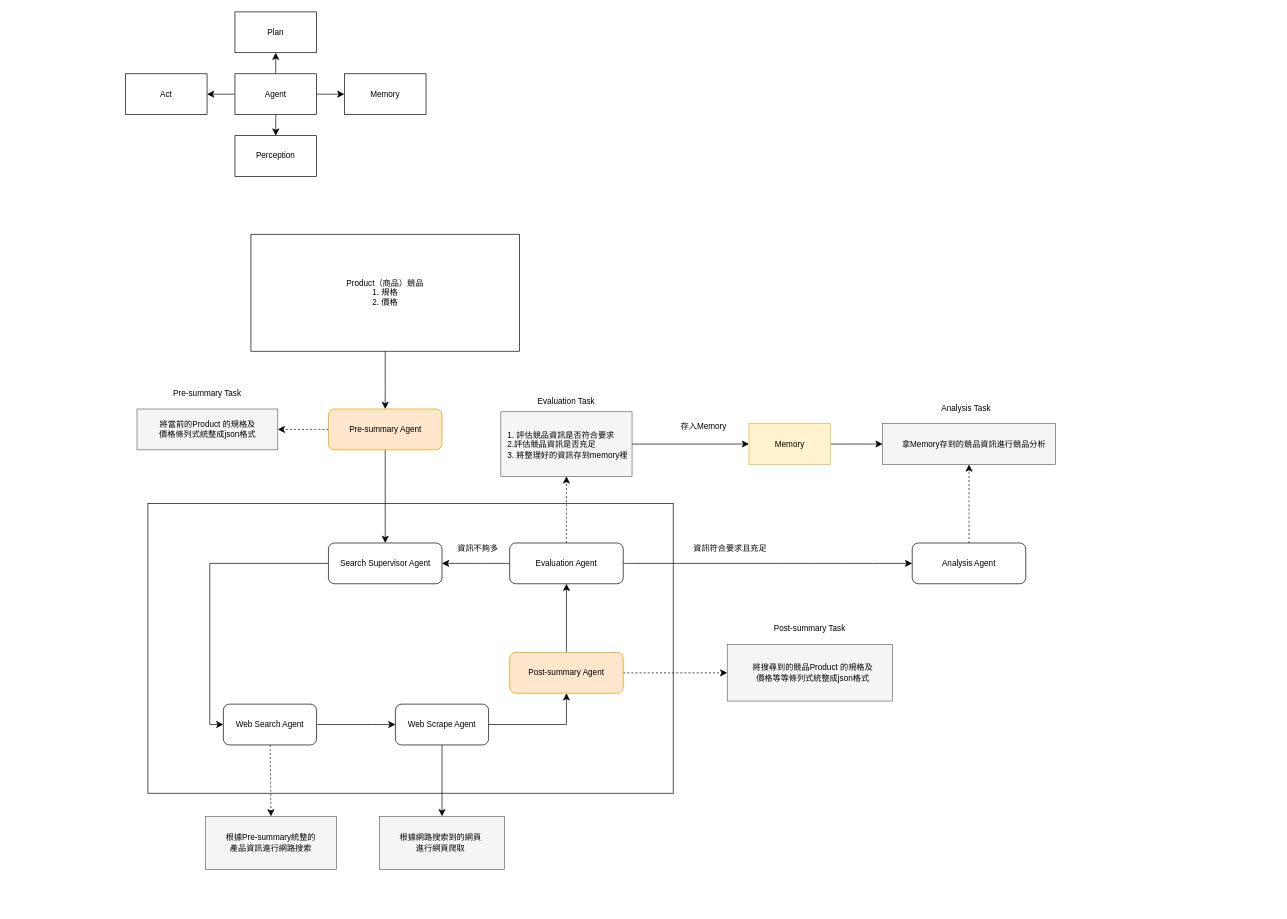
The draw.io diagram 架構圖/未命名绘图.drawio in YChaoWang/Drawio_backup, before the edit. Source tidied: cells renumbered, new cells numbered last; positions are measured from the earlier drawing's top-left corner, leaving out a move shared by most shapes. Both pictures are drawn from the tidied source at 68%, with x=0, y=0 at pixel (125, 12).
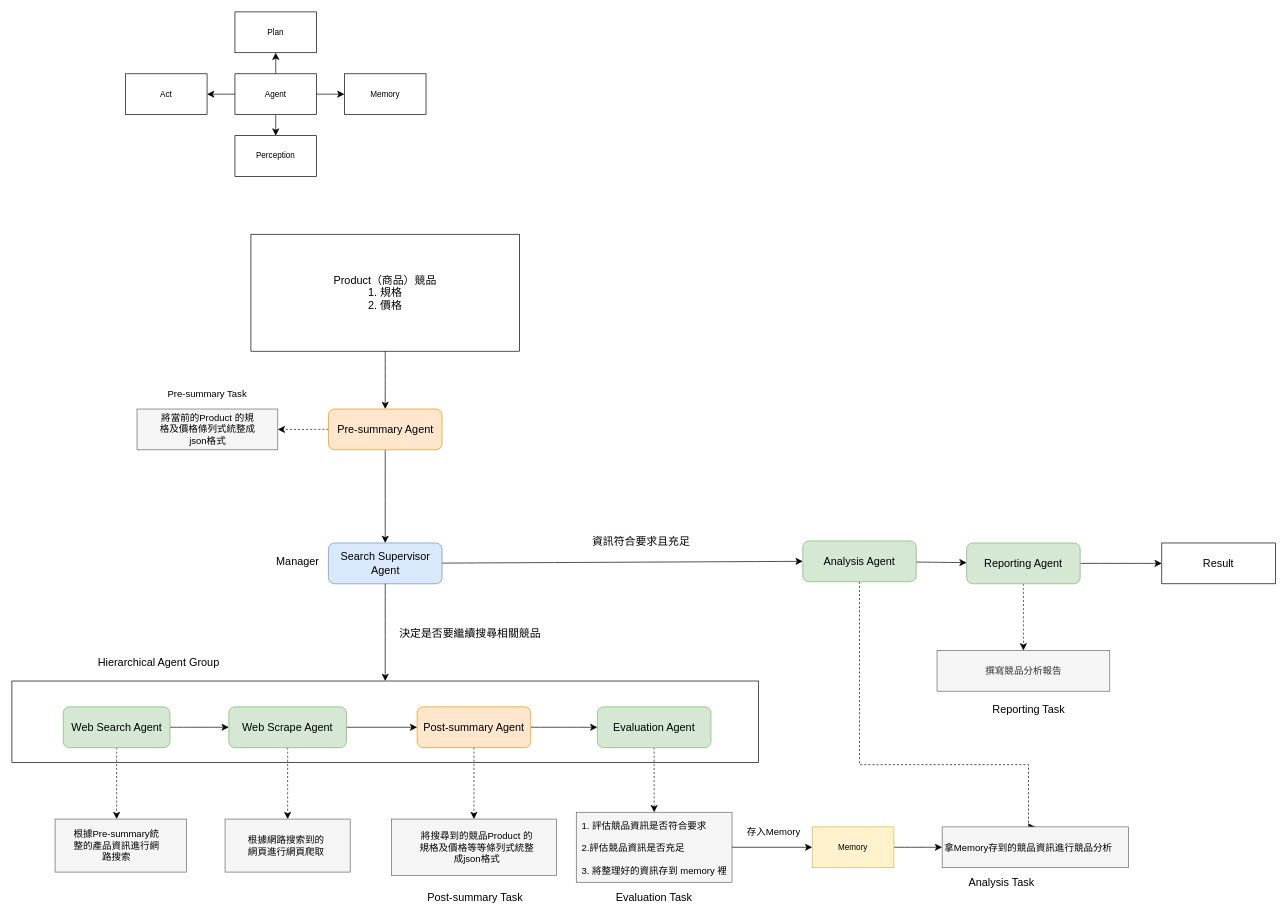
The same page after the edit.

Commit message:
更新未命名绘图.drawio

The edit, as a diff of the source:
```diff
@@
-    <mxCell id="13" value="Product（商品）競品&lt;br&gt;1. 規格&lt;br&gt;2. 價格" style="text;html=1;align=center;verticalAlign=middle;whiteSpace=wrap;rounded=0;" parent="1" vertex="1">
+    <mxCell id="13" value="Product（商品）競品&lt;br&gt;1. 規格&lt;br&gt;2. 價格" style="text;html=1;align=center;verticalAlign=middle;whiteSpace=wrap;rounded=0;fontSize=16;" parent="1" vertex="1">
       <mxGeometry x="280" y="389" width="204" height="48" as="geometry" />
     </mxCell>
     <mxCell id="14" style="rounded=0;whiteSpace=wrap;html=1;" parent="1" vertex="1">
-      <mxGeometry x="33" y="723" width="772.5" height="426" as="geometry" />
+      <mxGeometry x="-167" y="984" width="1098" height="120" as="geometry" />
     </mxCell>
@@
-    <mxCell id="16" style="edgeStyle=none;curved=1;rounded=0;jettySize=auto;html=1;entryX=0.5;entryY=0;entryDx=0;entryDy=0;fontSize=12;startSize=8;endSize=8;dashed=1;" parent="1" edge="1" source="17" target="53">
-      <mxGeometry relative="1" as="geometry" />
+    <mxCell id="16" style="edgeStyle=none;curved=1;rounded=0;jettySize=auto;html=1;entryX=0.5;entryY=0;entryDx=0;entryDy=0;fontSize=12;startSize=8;endSize=8;dashed=1;" parent="1" edge="1" source="17">
+      <mxGeometry relative="1" as="geometry">
+        <mxPoint x="-13" y="1187" as="targetPoint" />
+      </mxGeometry>
     </mxCell>
-    <mxCell id="17" value="Web Search Agent" style="rounded=1;whiteSpace=wrap;html=1;" parent="1" vertex="1">
-      <mxGeometry x="144" y="1018" width="137" height="60" as="geometry" />
+    <mxCell id="17" value="Web Search Agent" style="rounded=1;whiteSpace=wrap;html=1;fontSize=16;fillColor=#d5e8d4;strokeColor=#82b366;" parent="1" vertex="1">
+      <mxGeometry x="-91.5" y="1022" width="157" height="60" as="geometry" />
     </mxCell>
-    <mxCell id="18" style="edgeStyle=orthogonalEdgeStyle;rounded=0;jettySize=auto;html=1;entryX=0;entryY=0.5;entryDx=0;entryDy=0;fontSize=12;startSize=8;endSize=8;exitX=0;exitY=0.5;exitDx=0;exitDy=0;" parent="1" edge="1" source="19" target="17">
-      <mxGeometry relative="1" as="geometry" />
-    </mxCell>
+    <mxCell id="57" style="edgeStyle=none;curved=1;rounded=0;jettySize=auto;html=1;entryX=0;entryY=0.5;entryDx=0;entryDy=0;fontSize=12;startSize=8;endSize=8;" parent="1" edge="1" source="19" target="35">
+      <mxGeometry relative="1" as="geometry" />
+    </mxCell>
-    <mxCell id="19" value="Search Supervisor Agent" style="rounded=1;whiteSpace=wrap;html=1;" parent="1" vertex="1">
+    <mxCell id="19" value="Search Supervisor Agent" style="rounded=1;whiteSpace=wrap;html=1;fillColor=#dae8fc;strokeColor=#6c8ebf;fontSize=16;" parent="1" vertex="1">
       <mxGeometry x="298.5" y="781" width="167" height="60" as="geometry" />
     </mxCell>
@@
-    <mxCell id="22" value="Pre-summary Agent" style="rounded=1;whiteSpace=wrap;html=1;fillColor=#ffe6cc;strokeColor=#d79b00;" parent="1" vertex="1">
+    <mxCell id="22" value="Pre-summary Agent" style="rounded=1;whiteSpace=wrap;html=1;fillColor=#ffe6cc;strokeColor=#d79b00;fontSize=16;" parent="1" vertex="1">
       <mxGeometry x="298.5" y="584" width="167" height="60" as="geometry" />
     </mxCell>
-    <mxCell id="23" style="edgeStyle=none;curved=1;rounded=0;jettySize=auto;html=1;fontSize=12;startSize=8;endSize=8;entryX=0.5;entryY=1;entryDx=0;entryDy=0;" parent="1" edge="1" source="25" target="29">
+    <mxCell id="23" style="edgeStyle=none;curved=1;rounded=0;jettySize=auto;html=1;fontSize=12;startSize=8;endSize=8;entryX=0;entryY=0.5;entryDx=0;entryDy=0;" parent="1" edge="1" source="25" target="29">
       <mxGeometry relative="1" as="geometry" />
     </mxCell>
-    <mxCell id="24" style="edgeStyle=orthogonalEdgeStyle;rounded=0;jettySize=auto;html=1;entryX=0;entryY=0.5;entryDx=0;entryDy=0;fontSize=12;startSize=8;endSize=8;exitX=1;exitY=0.5;exitDx=0;exitDy=0;dashed=1;" parent="1" edge="1" source="25" target="40">
+    <mxCell id="24" style="edgeStyle=none;curved=1;rounded=0;jettySize=auto;html=1;entryX=0.5;entryY=0;entryDx=0;entryDy=0;fontSize=12;startSize=8;endSize=8;dashed=1;" parent="1" edge="1" source="25" target="40">
       <mxGeometry relative="1" as="geometry" />
     </mxCell>
-    <mxCell id="25" value="Post-summary Agent" style="rounded=1;whiteSpace=wrap;html=1;fillColor=#ffe6cc;strokeColor=#d79b00;" parent="1" vertex="1">
-      <mxGeometry x="565" y="942" width="167" height="60" as="geometry" />
+    <mxCell id="25" value="Post-summary Agent" style="rounded=1;whiteSpace=wrap;html=1;fillColor=#ffe6cc;strokeColor=#d79b00;fontSize=16;" parent="1" vertex="1">
+      <mxGeometry x="429" y="1022" width="167" height="60" as="geometry" />
     </mxCell>
-    <mxCell id="26" style="edgeStyle=none;curved=1;rounded=0;jettySize=auto;html=1;fontSize=12;startSize=8;endSize=8;" parent="1" edge="1" source="29" target="19">
-      <mxGeometry relative="1" as="geometry" />
-    </mxCell>
-    <mxCell id="27" style="edgeStyle=none;curved=1;rounded=0;jettySize=auto;html=1;entryX=0;entryY=0.5;entryDx=0;entryDy=0;fontSize=12;startSize=8;endSize=8;" parent="1" edge="1" source="29" target="35">
-      <mxGeometry relative="1" as="geometry" />
-    </mxCell>
-    <mxCell id="28" style="edgeStyle=none;curved=1;rounded=0;jettySize=auto;html=1;fontSize=12;startSize=8;endSize=8;entryX=0.5;entryY=1;entryDx=0;entryDy=0;dashed=1;" parent="1" edge="1" source="29" target="43">
+    <mxCell id="28" style="edgeStyle=none;curved=1;rounded=0;jettySize=auto;html=1;fontSize=12;startSize=8;endSize=8;entryX=0.5;entryY=0;entryDx=0;entryDy=0;dashed=1;" parent="1" edge="1" source="29" target="43">
       <mxGeometry relative="1" as="geometry" />
     </mxCell>
-    <mxCell id="29" value="Evaluation Agent" style="rounded=1;whiteSpace=wrap;html=1;" parent="1" vertex="1">
-      <mxGeometry x="565" y="781" width="167" height="60" as="geometry" />
+    <mxCell id="29" value="Evaluation Agent" style="rounded=1;whiteSpace=wrap;html=1;fontSize=16;fillColor=#d5e8d4;strokeColor=#82b366;" parent="1" vertex="1">
+      <mxGeometry x="694" y="1022" width="167" height="60" as="geometry" />
     </mxCell>
@@
-    <mxCell id="31" style="edgeStyle=orthogonalEdgeStyle;rounded=0;jettySize=auto;html=1;entryX=0.5;entryY=1;entryDx=0;entryDy=0;fontSize=12;startSize=8;endSize=8;exitX=1;exitY=0.5;exitDx=0;exitDy=0;" parent="1" edge="1" source="33" target="25">
+    <mxCell id="31" style="edgeStyle=orthogonalEdgeStyle;rounded=0;jettySize=auto;html=1;entryX=0;entryY=0.5;entryDx=0;entryDy=0;fontSize=12;startSize=8;endSize=8;exitX=1;exitY=0.5;exitDx=0;exitDy=0;" parent="1" edge="1" source="33" target="25">
       <mxGeometry relative="1" as="geometry" />
     </mxCell>
-    <mxCell id="32" style="edgeStyle=none;curved=1;rounded=0;jettySize=auto;html=1;entryX=0.5;entryY=0;entryDx=0;entryDy=0;fontSize=12;startSize=8;endSize=8;" parent="1" edge="1" source="33" target="55">
+    <mxCell id="32" style="edgeStyle=none;curved=1;rounded=0;jettySize=auto;html=1;entryX=0.5;entryY=0;entryDx=0;entryDy=0;fontSize=12;startSize=8;endSize=8;dashed=1;" parent="1" edge="1" source="33" target="55">
       <mxGeometry relative="1" as="geometry" />
     </mxCell>
-    <mxCell id="33" value="Web Scrape Agent" style="rounded=1;whiteSpace=wrap;html=1;" parent="1" vertex="1">
-      <mxGeometry x="397" y="1018" width="137" height="60" as="geometry" />
+    <mxCell id="33" value="Web Scrape Agent" style="rounded=1;whiteSpace=wrap;html=1;fontSize=16;fillColor=#d5e8d4;strokeColor=#82b366;" parent="1" vertex="1">
+      <mxGeometry x="152" y="1022" width="173" height="60" as="geometry" />
     </mxCell>
+    <mxCell id="58" style="edgeStyle=none;curved=1;rounded=0;jettySize=auto;html=1;fontSize=12;startSize=8;endSize=8;" parent="1" edge="1" source="35" target="61">
+      <mxGeometry relative="1" as="geometry" />
+    </mxCell>
-    <mxCell id="34" style="edgeStyle=none;curved=1;rounded=0;jettySize=auto;html=1;entryX=0.5;entryY=1;entryDx=0;entryDy=0;fontSize=12;startSize=8;endSize=8;dashed=1;" parent="1" edge="1" source="35" target="47">
-      <mxGeometry relative="1" as="geometry" />
+    <mxCell id="34" style="edgeStyle=orthogonalEdgeStyle;rounded=0;jettySize=auto;html=1;entryX=0.5;entryY=0;entryDx=0;entryDy=0;fontSize=12;startSize=8;endSize=8;exitX=0.5;exitY=1;exitDx=0;exitDy=0;dashed=1;" parent="1" edge="1" source="35" target="47">
+      <mxGeometry relative="1" as="geometry">
+        <Array as="points">
+          <mxPoint x="1079" y="1107" />
+          <mxPoint x="1328" y="1107" />
+        </Array>
+      </mxGeometry>
     </mxCell>
-    <mxCell id="35" value="Analysis Agent" style="rounded=1;whiteSpace=wrap;html=1;" parent="1" vertex="1">
-      <mxGeometry x="1157" y="781" width="167" height="60" as="geometry" />
+    <mxCell id="35" value="Analysis Agent" style="rounded=1;whiteSpace=wrap;html=1;fontSize=16;fillColor=#d5e8d4;strokeColor=#82b366;" parent="1" vertex="1">
+      <mxGeometry x="996" y="778" width="167" height="60" as="geometry" />
     </mxCell>
-    <mxCell id="36" value="將當前的Product 的規格及價格條列式統整成json格式" style="text;html=1;align=center;verticalAlign=middle;whiteSpace=wrap;rounded=0;" parent="1" vertex="1">
+    <mxCell id="36" value="將當前的Product 的規格及價格條列式統整成json格式" style="text;html=1;align=center;verticalAlign=middle;whiteSpace=wrap;rounded=0;fontSize=14;" parent="1" vertex="1">
       <mxGeometry x="45.5" y="604.5" width="150" height="19" as="geometry" />
     </mxCell>
-    <mxCell id="37" value="Pre-summary Task" style="text;html=1;align=center;verticalAlign=middle;whiteSpace=wrap;rounded=0;" parent="1" vertex="1">
+    <mxCell id="37" value="Pre-summary Task" style="text;html=1;align=center;verticalAlign=middle;whiteSpace=wrap;rounded=0;fontSize=14;" parent="1" vertex="1">
       <mxGeometry x="45" y="547" width="151" height="30" as="geometry" />
     </mxCell>
-    <mxCell id="38" value="資訊不夠多" style="text;html=1;align=center;verticalAlign=middle;whiteSpace=wrap;rounded=0;" parent="1" vertex="1">
-      <mxGeometry x="481" y="775" width="75" height="30" as="geometry" />
+    <mxCell id="38" value="決定是否要繼續搜尋相關競品" style="text;html=1;align=center;verticalAlign=middle;whiteSpace=wrap;rounded=0;fontSize=16;" parent="1" vertex="1">
+      <mxGeometry x="397" y="899" width="220" height="30" as="geometry" />
     </mxCell>
-    <mxCell id="39" value="資訊符合要求且充足" style="text;html=1;align=center;verticalAlign=middle;whiteSpace=wrap;rounded=0;" parent="1" vertex="1">
-      <mxGeometry x="826" y="775" width="127" height="30" as="geometry" />
+    <mxCell id="39" value="資訊符合要求且充足" style="text;html=1;align=center;verticalAlign=middle;whiteSpace=wrap;rounded=0;fontSize=16;" parent="1" vertex="1">
+      <mxGeometry x="676" y="763" width="165" height="30" as="geometry" />
     </mxCell>
     <mxCell id="40" style="rounded=0;whiteSpace=wrap;html=1;fillColor=#f5f5f5;fontColor=#333333;strokeColor=#666666;" parent="1" vertex="1">
-      <mxGeometry x="885" y="930.5" width="243" height="83" as="geometry" />
+      <mxGeometry x="391" y="1187" width="243" height="83" as="geometry" />
     </mxCell>
-    <mxCell id="41" value="將搜尋到的競品Product 的規格及價格等等條列式統整成json格式" style="text;html=1;align=center;verticalAlign=middle;whiteSpace=wrap;rounded=0;" parent="1" vertex="1">
-      <mxGeometry x="921" y="951" width="180" height="42" as="geometry" />
+    <mxCell id="41" value="將搜尋到的競品Product 的規格及價格等等條列式統整成json格式" style="text;html=1;align=center;verticalAlign=middle;whiteSpace=wrap;rounded=0;fontSize=14;" parent="1" vertex="1">
+      <mxGeometry x="427" y="1207.5" width="180" height="42" as="geometry" />
     </mxCell>
-    <mxCell id="42" value="Post-summary Task" style="text;html=1;align=center;verticalAlign=middle;whiteSpace=wrap;rounded=0;" parent="1" vertex="1">
-      <mxGeometry x="931" y="892" width="151" height="30" as="geometry" />
+    <mxCell id="42" value="Post-summary Task" style="text;html=1;align=center;verticalAlign=middle;whiteSpace=wrap;rounded=0;fontSize=16;" parent="1" vertex="1">
+      <mxGeometry x="439" y="1286.5" width="151" height="30" as="geometry" />
     </mxCell>
     <mxCell id="43" style="rounded=0;whiteSpace=wrap;html=1;fillColor=#f5f5f5;fontColor=#333333;strokeColor=#666666;" parent="1" vertex="1">
-      <mxGeometry x="552" y="588" width="193" height="95" as="geometry" />
+      <mxGeometry x="663" y="1177" width="229" height="103" as="geometry" />
     </mxCell>
-    <mxCell id="44" style="edgeStyle=orthogonalEdgeStyle;rounded=0;jettySize=auto;html=1;fontSize=12;startSize=8;endSize=8;exitX=1;exitY=0.5;exitDx=0;exitDy=0;entryX=0;entryY=0.5;entryDx=0;entryDy=0;" parent="1" edge="1" source="43" target="51">
+    <mxCell id="44" style="edgeStyle=orthogonalEdgeStyle;rounded=0;jettySize=auto;html=1;fontSize=12;startSize=8;endSize=8;exitX=1;exitY=0.5;exitDx=0;exitDy=0;" parent="1" edge="1" source="43" target="51">
       <mxGeometry relative="1" as="geometry" />
     </mxCell>
-    <mxCell id="45" value="1. 評估競品資訊是否符合要求&lt;div&gt;2.評估競品資訊是否充足&lt;/div&gt;&lt;div&gt;3. 將整理好的資訊存到memory裡&lt;/div&gt;" style="text;html=1;align=left;verticalAlign=middle;whiteSpace=wrap;rounded=0;" parent="1" vertex="1">
-      <mxGeometry x="559.5" y="597" width="185.5" height="79.5" as="geometry" />
+    <mxCell id="45" value="1. 評估競品資訊是否符合要求&lt;div&gt;&lt;br&gt;&lt;div&gt;2.評估競品資訊是否充足&lt;/div&gt;&lt;div&gt;&lt;br&gt;&lt;/div&gt;&lt;div&gt;3. 將整理好的資訊存到 memory 裡&lt;/div&gt;&lt;/div&gt;" style="text;html=1;align=left;verticalAlign=middle;whiteSpace=wrap;rounded=0;fontSize=14;" parent="1" vertex="1">
+      <mxGeometry x="669" y="1190.5" width="219" height="79.5" as="geometry" />
     </mxCell>
-    <mxCell id="46" value="Evaluation Task" style="text;html=1;align=center;verticalAlign=middle;whiteSpace=wrap;rounded=0;" parent="1" vertex="1">
-      <mxGeometry x="573" y="558" width="151" height="30" as="geometry" />
+    <mxCell id="46" value="Evaluation Task" style="text;html=1;align=center;verticalAlign=middle;whiteSpace=wrap;rounded=0;fontSize=16;" parent="1" vertex="1">
+      <mxGeometry x="702" y="1286.5" width="151" height="30" as="geometry" />
     </mxCell>
     <mxCell id="47" style="rounded=0;whiteSpace=wrap;html=1;fillColor=#f5f5f5;fontColor=#333333;strokeColor=#666666;" parent="1" vertex="1">
-      <mxGeometry x="1113.5" y="605.5" width="254" height="60" as="geometry" />
+      <mxGeometry x="1201" y="1198.5" width="274" height="60" as="geometry" />
     </mxCell>
-    <mxCell id="48" value="拿Memory存到的競品資訊進行競品分析" style="text;html=1;align=center;verticalAlign=middle;whiteSpace=wrap;rounded=0;" parent="1" vertex="1">
-      <mxGeometry x="1137" y="618.5" width="221.5" height="34" as="geometry" />
+    <mxCell id="48" value="拿Memory存到的競品資訊進行競品分析" style="text;html=1;align=center;verticalAlign=middle;whiteSpace=wrap;rounded=0;fontSize=14;" parent="1" vertex="1">
+      <mxGeometry x="1202.2" y="1211.5" width="251.5" height="34" as="geometry" />
     </mxCell>
-    <mxCell id="49" value="Analysis Task" style="text;html=1;align=center;verticalAlign=middle;whiteSpace=wrap;rounded=0;" parent="1" vertex="1">
-      <mxGeometry x="1161" y="568.5" width="151" height="30" as="geometry" />
+    <mxCell id="49" value="Analysis Task" style="text;html=1;align=center;verticalAlign=middle;whiteSpace=wrap;rounded=0;fontSize=16;" parent="1" vertex="1">
+      <mxGeometry x="1213" y="1265" width="151" height="30" as="geometry" />
     </mxCell>
@@
     <mxCell id="51" value="Memory" style="whiteSpace=wrap;html=1;fillColor=#fff2cc;strokeColor=#d6b656;" parent="1" vertex="1">
-      <mxGeometry x="917" y="605.5" width="120" height="60" as="geometry" />
+      <mxGeometry x="1010" y="1198.5" width="120" height="60" as="geometry" />
     </mxCell>
-    <mxCell id="52" value="存入Memory" style="text;html=1;align=center;verticalAlign=middle;whiteSpace=wrap;rounded=0;" parent="1" vertex="1">
-      <mxGeometry x="804.5" y="595" width="91" height="30" as="geometry" />
+    <mxCell id="52" value="存入Memory" style="text;html=1;align=center;verticalAlign=middle;whiteSpace=wrap;rounded=0;fontSize=14;" parent="1" vertex="1">
+      <mxGeometry x="908" y="1190.5" width="91" height="30" as="geometry" />
     </mxCell>
     <mxCell id="53" style="rounded=0;whiteSpace=wrap;html=1;fillColor=#f5f5f5;fontColor=#333333;strokeColor=#666666;" parent="1" vertex="1">
-      <mxGeometry x="117.5" y="1183" width="193" height="78" as="geometry" />
+      <mxGeometry x="-103.5" y="1187" width="193" height="78" as="geometry" />
     </mxCell>
-    <mxCell id="54" value="根據Pre-summary統整的產品資訊進行網路搜索" style="text;html=1;align=center;verticalAlign=middle;whiteSpace=wrap;rounded=0;" parent="1" vertex="1">
-      <mxGeometry x="145" y="1205" width="138" height="34" as="geometry" />
+    <mxCell id="54" value="根據Pre-summary統整的產品資訊進行網路搜索" style="text;html=1;align=center;verticalAlign=middle;whiteSpace=wrap;rounded=0;fontSize=14;" parent="1" vertex="1">
+      <mxGeometry x="-82" y="1209" width="138" height="34" as="geometry" />
     </mxCell>
     <mxCell id="55" style="rounded=0;whiteSpace=wrap;html=1;fillColor=#f5f5f5;fontColor=#333333;strokeColor=#666666;" parent="1" vertex="1">
-      <mxGeometry x="373.5" y="1183" width="184" height="78" as="geometry" />
+      <mxGeometry x="146.5" y="1187" width="184" height="78" as="geometry" />
     </mxCell>
-    <mxCell id="56" value="根據網路搜索到的網頁進行網頁爬取" style="text;html=1;align=center;verticalAlign=middle;whiteSpace=wrap;rounded=0;" parent="1" vertex="1">
-      <mxGeometry x="401" y="1205" width="124.5" height="34" as="geometry" />
+    <mxCell id="56" value="根據網路搜索到的網頁進行網頁爬取" style="text;html=1;align=center;verticalAlign=middle;whiteSpace=wrap;rounded=0;fontSize=14;" parent="1" vertex="1">
+      <mxGeometry x="174" y="1209" width="124.5" height="34" as="geometry" />
     </mxCell>
+    <mxCell id="59" style="edgeStyle=none;curved=1;rounded=0;jettySize=auto;html=1;fontSize=12;startSize=8;endSize=8;dashed=1;" parent="1" edge="1" source="61" target="64">
+      <mxGeometry relative="1" as="geometry" />
+    </mxCell>
+    <mxCell id="60" style="edgeStyle=none;curved=1;rounded=0;jettySize=auto;html=1;fontSize=12;startSize=8;endSize=8;" parent="1" edge="1" source="61" target="67">
+      <mxGeometry relative="1" as="geometry" />
+    </mxCell>
+    <mxCell id="61" value="Reporting Agent" style="rounded=1;whiteSpace=wrap;html=1;fontSize=16;fillColor=#d5e8d4;strokeColor=#82b366;" parent="1" vertex="1">
+      <mxGeometry x="1237" y="781" width="167" height="60" as="geometry" />
+    </mxCell>
+    <mxCell id="62" style="edgeStyle=none;curved=1;rounded=0;jettySize=auto;html=1;fontSize=12;startSize=8;endSize=8;" parent="1" edge="1" source="19" target="14">
+      <mxGeometry relative="1" as="geometry" />
+    </mxCell>
+    <mxCell id="63" value="Manager" style="text;html=1;align=center;verticalAlign=middle;whiteSpace=wrap;rounded=0;fontSize=16;" parent="1" vertex="1">
+      <mxGeometry x="216" y="793" width="75" height="30" as="geometry" />
+    </mxCell>
+    <mxCell id="64" value="撰寫競品分析報告" style="rounded=0;whiteSpace=wrap;html=1;fillColor=#f5f5f5;fontColor=#333333;strokeColor=#666666;fontSize=14;" parent="1" vertex="1">
+      <mxGeometry x="1193.5" y="939" width="254" height="60" as="geometry" />
+    </mxCell>
+    <mxCell id="65" value="Reporting Task" style="text;html=1;align=center;verticalAlign=middle;whiteSpace=wrap;rounded=0;fontSize=16;" parent="1" vertex="1">
+      <mxGeometry x="1252.5" y="1010" width="151" height="30" as="geometry" />
+    </mxCell>
+    <mxCell id="66" value="Hierarchical Agent Group" style="text;html=1;align=center;verticalAlign=middle;whiteSpace=wrap;rounded=0;fontSize=16;" parent="1" vertex="1">
+      <mxGeometry x="-54" y="941" width="206" height="30" as="geometry" />
+    </mxCell>
+    <mxCell id="67" value="Result" style="rounded=0;whiteSpace=wrap;html=1;fontSize=16;" parent="1" vertex="1">
+      <mxGeometry x="1524" y="781" width="167" height="60" as="geometry" />
+    </mxCell>
```
